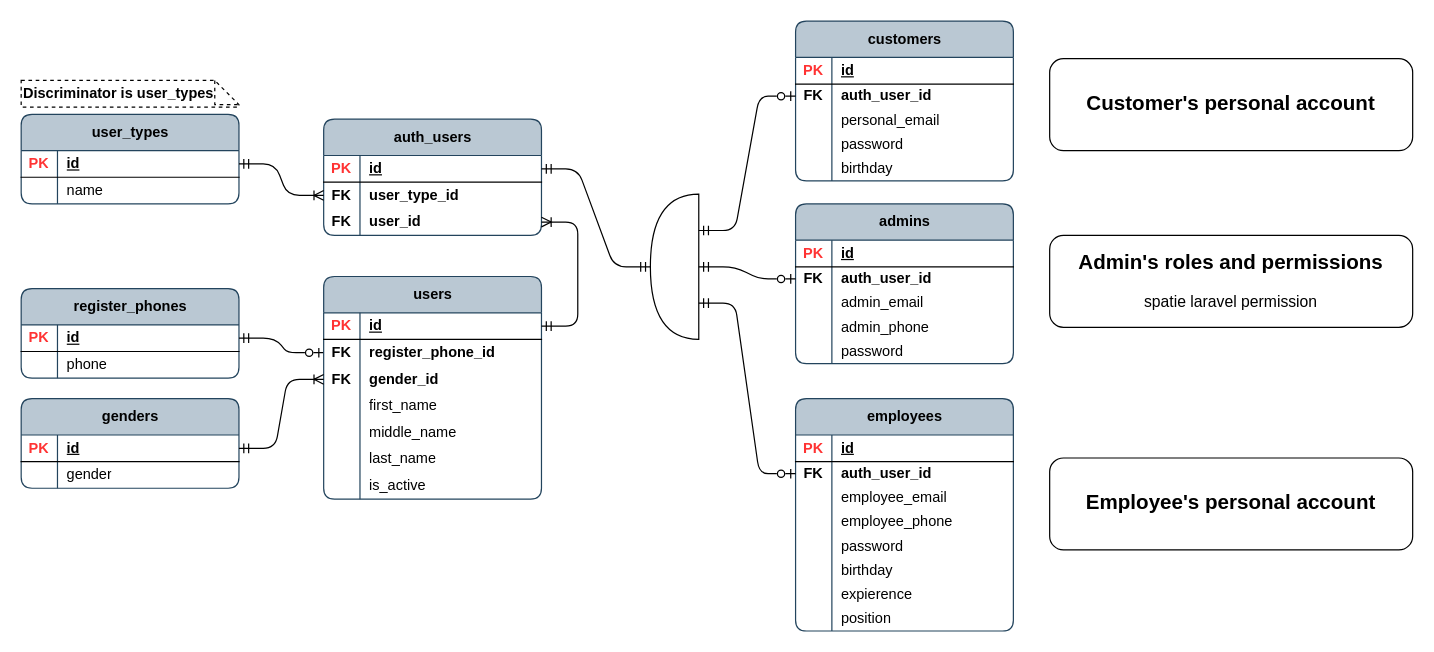
Before: page "users" (4 of 14) of publisher/laravel-app/psql_jewellery_items.drawio in Local-development-environment/msg-brokers-publisher-consumer, a draw.io diagram. Source tidied: cells renumbered, new cells numbered last; positions are measured from the earlier drawing's top-left corner, leaving out a move shared by most shapes. Both pictures are drawn from the tidied source at 121%, with x=0, y=0 at pixel (21, 21).
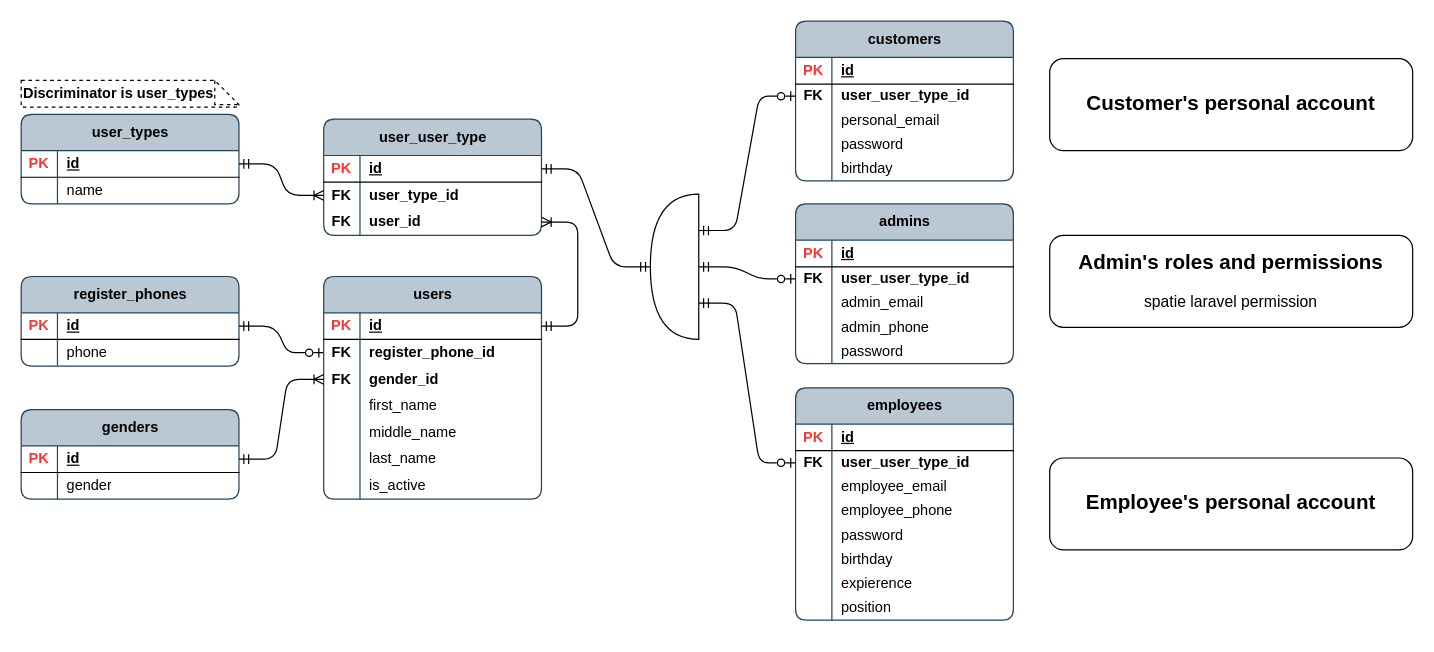
After the change.

Unchanged cells that the change refers to:
```xml
<mxCell id="24" style="shape=tableRow;horizontal=0;startSize=0;swimlaneHead=0;swimlaneBody=0;fillColor=none;points=[[0,0.5],[1,0.5]];portConstraint=eastwest;top=0;left=0;right=0;bottom=0;rounded=0;" parent="20" vertex="1">
  <mxGeometry y="52" width="180" height="20" as="geometry" />
</mxCell>
<mxCell id="43" style="shape=tableRow;horizontal=0;startSize=0;swimlaneHead=0;swimlaneBody=0;fillColor=none;points=[[0,0.5],[1,0.5]];portConstraint=eastwest;top=0;left=0;right=0;bottom=0;rounded=0;" parent="39" vertex="1">
  <mxGeometry y="52" width="180" height="20" as="geometry" />
</mxCell>
<mxCell id="69" style="shape=tableRow;horizontal=0;startSize=0;swimlaneHead=0;swimlaneBody=0;fillColor=none;points=[[0,0.5],[1,0.5]];portConstraint=eastwest;top=0;left=0;right=0;bottom=0;rounded=0;" parent="65" vertex="1">
  <mxGeometry y="52" width="180" height="20" as="geometry" />
</mxCell>
```

The edit, as a diff of the source:
```diff
@@
     <mxCell id="2" value="register_phones" style="shape=table;startSize=30;childLayout=tableLayout;rowLines=0;fontStyle=1;align=center;html=1;rounded=1;labelBackgroundColor=none;swimlaneFillColor=none;fillColor=#bac8d3;strokeColor=#23445d;arcSize=10;" parent="1" vertex="1">
-      <mxGeometry y="221" width="180" height="74" as="geometry" />
+      <mxGeometry y="211" width="180" height="74" as="geometry" />
     </mxCell>
@@
-    <mxCell id="9" value="auth_users" style="shape=table;startSize=30;childLayout=tableLayout;rowLines=0;fontStyle=1;align=center;html=1;rounded=1;labelBackgroundColor=none;swimlaneFillColor=none;fillColor=#bac8d3;strokeColor=#23445d;arcSize=10;" parent="1" vertex="1">
+    <mxCell id="9" value="user_user_type" style="shape=table;startSize=30;childLayout=tableLayout;rowLines=0;fontStyle=1;align=center;html=1;rounded=1;labelBackgroundColor=none;swimlaneFillColor=none;fillColor=#bac8d3;strokeColor=#23445d;arcSize=10;" parent="1" vertex="1">
       <mxGeometry x="250" y="81" width="180" height="96" as="geometry" />
     </mxCell>
@@
-    <mxCell id="26" value="&lt;b&gt;auth_user_id&lt;/b&gt;" style="shape=partialRectangle;fillColor=none;top=0;left=0;bottom=0;right=0;align=left;spacingLeft=6;overflow=hidden;whiteSpace=wrap;html=1;" parent="24" vertex="1">
+    <mxCell id="26" value="&lt;span style=&quot;font-weight: 700; text-align: center; text-wrap-mode: nowrap;&quot;&gt;user_user_type&lt;/span&gt;&lt;b&gt;_id&lt;/b&gt;" style="shape=partialRectangle;fillColor=none;top=0;left=0;bottom=0;right=0;align=left;spacingLeft=6;overflow=hidden;whiteSpace=wrap;html=1;" parent="24" vertex="1">
       <mxGeometry x="30" width="150" height="20" as="geometry" />
     </mxCell>
@@
     <mxCell id="39" value="employees" style="shape=table;startSize=30;childLayout=tableLayout;rowLines=0;fontStyle=1;align=center;html=1;rounded=1;swimlaneFillColor=none;fillColor=#bac8d3;strokeColor=#23445d;columnLines=1;arcSize=10;" parent="1" vertex="1">
-      <mxGeometry x="640" y="312" width="180" height="192" as="geometry" />
+      <mxGeometry x="640" y="303" width="180" height="192" as="geometry" />
     </mxCell>
@@
-    <mxCell id="45" value="&lt;b&gt;auth_user_id&lt;/b&gt;" style="shape=partialRectangle;fillColor=none;top=0;left=0;bottom=0;right=0;align=left;spacingLeft=6;overflow=hidden;whiteSpace=wrap;html=1;" parent="43" vertex="1">
+    <mxCell id="45" value="&lt;span style=&quot;font-weight: 700; text-align: center; text-wrap-mode: nowrap;&quot;&gt;user_user_type&lt;/span&gt;&lt;b&gt;_id&lt;/b&gt;" style="shape=partialRectangle;fillColor=none;top=0;left=0;bottom=0;right=0;align=left;spacingLeft=6;overflow=hidden;whiteSpace=wrap;html=1;" parent="43" vertex="1">
       <mxGeometry x="30" width="150" height="20" as="geometry" />
     </mxCell>
@@
-    <mxCell id="71" value="&lt;b&gt;auth_user_id&lt;/b&gt;" style="shape=partialRectangle;fillColor=none;top=0;left=0;bottom=0;right=0;align=left;spacingLeft=6;overflow=hidden;whiteSpace=wrap;html=1;" parent="69" vertex="1">
+    <mxCell id="71" value="&lt;span style=&quot;font-weight: 700; text-align: center; text-wrap-mode: nowrap;&quot;&gt;user_user_type&lt;/span&gt;&lt;b&gt;_id&lt;/b&gt;" style="shape=partialRectangle;fillColor=none;top=0;left=0;bottom=0;right=0;align=left;spacingLeft=6;overflow=hidden;whiteSpace=wrap;html=1;" parent="69" vertex="1">
       <mxGeometry x="30" width="150" height="20" as="geometry" />
     </mxCell>
@@
     <mxCell id="114" value="genders" style="shape=table;startSize=30;childLayout=tableLayout;rowLines=0;fontStyle=1;align=center;html=1;rounded=1;labelBackgroundColor=none;swimlaneFillColor=none;fillColor=#bac8d3;strokeColor=#23445d;arcSize=10;" parent="1" vertex="1">
-      <mxGeometry y="312" width="180" height="74" as="geometry" />
+      <mxGeometry y="321" width="180" height="74" as="geometry" />
     </mxCell>
```
